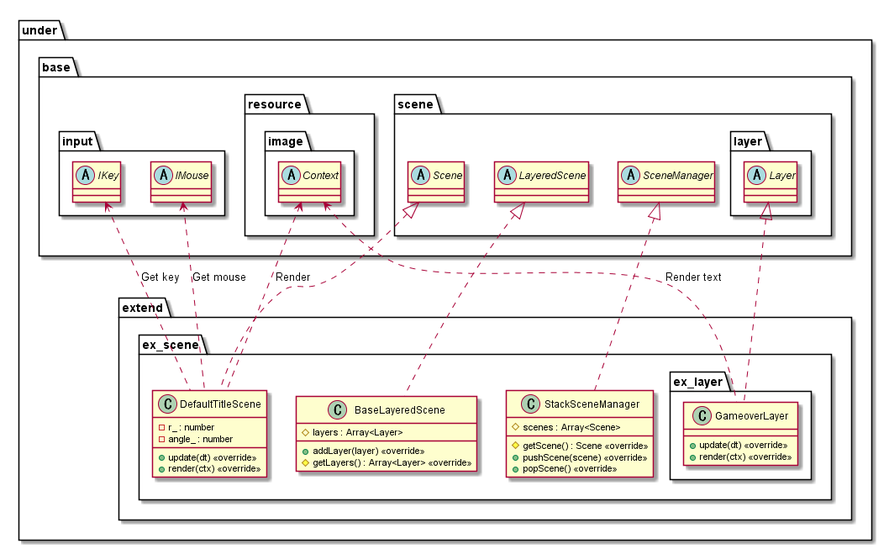
The PlantUML diagram out/uml/scene/Extend/SceneExtend.png in Expine/Under, before a commit.
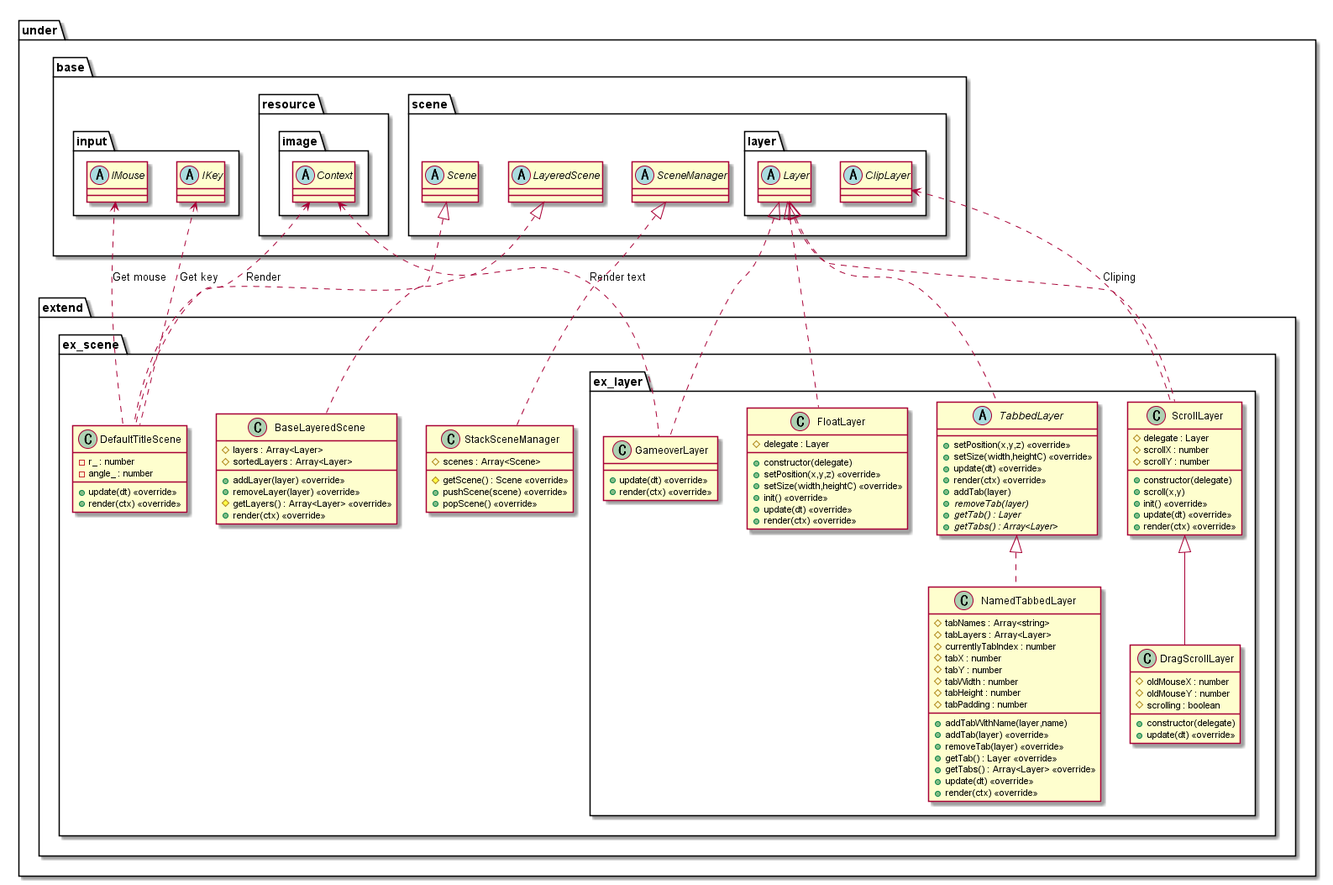
The same file after the commit.

The edit, as a diff of the source:
```diff
@@ -11,8 +11,11 @@
             }
             class BaseLayeredScene {
                 #layers : Array<Layer>
+                #sortedLayers : Array<Layer>
                 +addLayer(layer) <<override>>
+                +removeLayer(layer) <<override>>
                 #getLayers() : Array<Layer> <<override>>
+                +render(ctx) <<override>>
             }
             class DefaultTitleScene {
                 -r_ : number
@@ -23,6 +26,59 @@
 
             package ex_layer {
                 class GameoverLayer {
+                    +update(dt) <<override>>
+                    +render(ctx) <<override>>
+                }
+                class FloatLayer {
+                    +constructor(delegate)
+                    #delegate : Layer
+                    +setPosition(x,y,z) <<override>>
+                    +setSize(width,heightC) <<override>>
+                    +init() <<override>>
+                    +update(dt) <<override>>
+                    +render(ctx) <<override>>
+                }
+                class ScrollLayer {
+                    +constructor(delegate)
+                    #delegate : Layer
+                    #scrollX : number
+                    #scrollY : number
+                    +scroll(x,y)
+                    +init() <<override>>
+                    +update(dt) <<override>>
+                    +render(ctx) <<override>>
+                }
+                class DragScrollLayer {
+                    +constructor(delegate)
+                    #oldMouseX : number
+                    #oldMouseY : number
+                    #scrolling : boolean
+                    +update(dt) <<override>>
+                }
+                abstract TabbedLayer {
+                    +setPosition(x,y,z) <<override>>
+                    +setSize(width,heightC) <<override>>
+                    +update(dt) <<override>>
+                    +render(ctx) <<override>>
+                    +addTab(layer)
+                    {abstract} +removeTab(layer)
+                    {abstract} +getTab() : Layer
+                    {abstract} +getTabs() : Array<Layer>
+                }
+                class NamedTabbedLayer {
+                    #tabNames : Array<string>
+                    #tabLayers : Array<Layer>
+                    #currentlyTabIndex : number
+                    #tabX : number
+                    #tabY : number
+                    #tabWidth : number
+                    #tabHeight : number
+                    #tabPadding : number
+                    +addTabWithName(layer,name)
+                    +addTab(layer) <<override>>
+                    +removeTab(layer) <<override>>
+                    +getTab() : Layer <<override>>
+                    +getTabs() : Array<Layer> <<override>>
                     +update(dt) <<override>>
                     +render(ctx) <<override>>
                 }
@@ -48,6 +104,7 @@
             abstract SceneManager
             package layer {
                 abstract Layer
+                abstract ClipLayer
             }
         }
     }
@@ -58,9 +115,17 @@
 IMouse <.. DefaultTitleScene : Get mouse
 Context <.. GameoverLayer : Render text
 
+ClipLayer <.. ScrollLayer : Cliping
+
 SceneManager <|.. StackSceneManager
 LayeredScene <|.. BaseLayeredScene
 Scene <|.. DefaultTitleScene
+
 Layer <|.. GameoverLayer
+Layer <|.. FloatLayer
+Layer <|.. ScrollLayer
+Layer <|.. TabbedLayer
+ScrollLayer <|-- DragScrollLayer
+TabbedLayer <|.. NamedTabbedLayer
 
 @enduml
```
